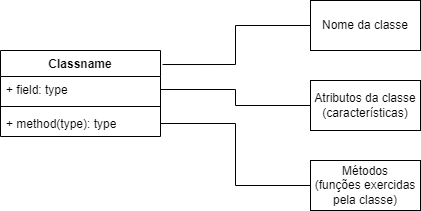
Before: Diagrama sem nome.drawio.png, a diagram exported from draw.io (Zaibam/Desenvolvimento-De-Sistemas-1). Source tidied: cells renumbered, new cells last; positions are measured from the earlier drawing's top-left corner, leaving out a move shared by most shapes.
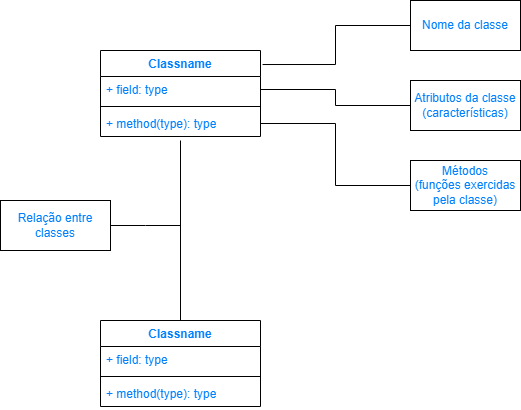
Later version of the same file.

Change to the diagram source:
```diff
@@ -2,35 +2,60 @@
   <root>
     <mxCell id="0" />
     <mxCell id="1" parent="0" />
-    <mxCell id="2" value="Classname" style="swimlane;fontStyle=1;align=center;verticalAlign=top;horizontal=1;startSize=26;whiteSpace=wrap;html=1;" parent="1" vertex="1">
+    <mxCell id="2" value="Classname" style="swimlane;fontStyle=1;align=center;verticalAlign=top;horizontal=1;startSize=26;whiteSpace=wrap;html=1;fontColor=#007FFF;" parent="1" vertex="1">
       <mxGeometry y="50" width="160" height="86" as="geometry" />
     </mxCell>
-    <mxCell id="3" value="+ field: type" style="text;strokeColor=none;fillColor=none;align=left;verticalAlign=top;spacingLeft=4;spacingRight=4;overflow=hidden;points=[[0,0.5],[1,0.5]];portConstraint=eastwest;whiteSpace=wrap;html=1;" parent="2" vertex="1">
+    <mxCell id="3" value="+ field: type" style="text;align=left;verticalAlign=top;spacingLeft=4;spacingRight=4;overflow=hidden;points=[[0,0.5],[1,0.5]];portConstraint=eastwest;whiteSpace=wrap;html=1;fontColor=#007FFF;" parent="2" vertex="1">
       <mxGeometry y="26" width="160" height="26" as="geometry" />
     </mxCell>
-    <mxCell id="4" style="line;strokeWidth=1;fillColor=none;align=left;verticalAlign=middle;spacingTop=-1;spacingLeft=3;spacingRight=3;labelPosition=right;strokeColor=inherit;" parent="2" vertex="1">
+    <mxCell id="4" style="line;strokeWidth=1;align=left;verticalAlign=middle;spacingTop=-1;spacingLeft=3;spacingRight=3;labelPosition=right;fontColor=#007FFF;" parent="2" vertex="1">
       <mxGeometry y="52" width="160" height="8" as="geometry" />
     </mxCell>
-    <mxCell id="5" value="+ method(type): type" style="text;strokeColor=none;fillColor=none;align=left;verticalAlign=top;spacingLeft=4;spacingRight=4;overflow=hidden;points=[[0,0.5],[1,0.5]];portConstraint=eastwest;whiteSpace=wrap;html=1;" parent="2" vertex="1">
+    <mxCell id="5" value="+ method(type): type" style="text;align=left;verticalAlign=top;spacingLeft=4;spacingRight=4;overflow=hidden;points=[[0,0.5],[1,0.5]];portConstraint=eastwest;whiteSpace=wrap;html=1;fontColor=#007FFF;" parent="2" vertex="1">
       <mxGeometry y="60" width="160" height="26" as="geometry" />
     </mxCell>
-    <mxCell id="6" value="Nome da classe" style="html=1;whiteSpace=wrap;" parent="1" vertex="1">
+    <mxCell id="6" value="Nome da classe" style="html=1;whiteSpace=wrap;fontColor=#007FFF;" parent="1" vertex="1">
       <mxGeometry x="310" width="110" height="50" as="geometry" />
     </mxCell>
-    <mxCell id="7" value="Atributos da classe&lt;div&gt;(características)&lt;/div&gt;" style="html=1;whiteSpace=wrap;" parent="1" vertex="1">
+    <mxCell id="7" value="Atributos da classe&lt;div&gt;(características)&lt;/div&gt;" style="html=1;whiteSpace=wrap;fontColor=#007FFF;" parent="1" vertex="1">
       <mxGeometry x="310" y="80" width="110" height="50" as="geometry" />
     </mxCell>
-    <mxCell id="8" value="Métodos&lt;br&gt;(funções exercidas pela classe)" style="html=1;whiteSpace=wrap;" parent="1" vertex="1">
+    <mxCell id="8" value="Métodos&lt;br&gt;(funções exercidas pela classe)" style="html=1;whiteSpace=wrap;fontColor=#007FFF;" parent="1" vertex="1">
       <mxGeometry x="310" y="160" width="110" height="50" as="geometry" />
     </mxCell>
-    <mxCell id="9" style="edgeStyle=orthogonalEdgeStyle;rounded=0;jettySize=auto;html=1;exitX=1;exitY=0.5;exitDx=0;exitDy=0;entryX=0;entryY=0.5;entryDx=0;entryDy=0;endArrow=none;endFill=0;" parent="1" edge="1" source="5" target="8">
+    <mxCell id="9" style="edgeStyle=orthogonalEdgeStyle;rounded=0;jettySize=auto;html=1;exitX=1;exitY=0.5;exitDx=0;exitDy=0;entryX=0;entryY=0.5;entryDx=0;entryDy=0;endArrow=none;endFill=0;fontColor=#007FFF;" parent="1" edge="1" source="5" target="8">
       <mxGeometry relative="1" as="geometry" />
     </mxCell>
-    <mxCell id="10" style="edgeStyle=orthogonalEdgeStyle;rounded=0;jettySize=auto;html=1;exitX=1;exitY=0.5;exitDx=0;exitDy=0;endArrow=none;endFill=0;" parent="1" edge="1" source="3" target="7">
+    <mxCell id="10" style="edgeStyle=orthogonalEdgeStyle;rounded=0;jettySize=auto;html=1;exitX=1;exitY=0.5;exitDx=0;exitDy=0;endArrow=none;endFill=0;fontColor=#007FFF;" parent="1" edge="1" source="3" target="7">
       <mxGeometry relative="1" as="geometry" />
     </mxCell>
-    <mxCell id="11" style="edgeStyle=orthogonalEdgeStyle;rounded=0;jettySize=auto;html=1;exitX=0;exitY=0.5;exitDx=0;exitDy=0;entryX=1.013;entryY=0.163;entryDx=0;entryDy=0;entryPerimeter=0;endArrow=none;endFill=0;" parent="1" edge="1" source="6" target="2">
+    <mxCell id="11" style="edgeStyle=orthogonalEdgeStyle;rounded=0;jettySize=auto;html=1;exitX=0;exitY=0.5;exitDx=0;exitDy=0;entryX=1.013;entryY=0.163;entryDx=0;entryDy=0;entryPerimeter=0;endArrow=none;endFill=0;fontColor=#007FFF;" parent="1" edge="1" source="6" target="2">
       <mxGeometry relative="1" as="geometry" />
     </mxCell>
+    <mxCell id="12" style="edgeStyle=orthogonalEdgeStyle;rounded=0;jettySize=auto;html=1;exitX=0.5;exitY=0;exitDx=0;exitDy=0;endArrow=none;endFill=0;fontColor=#007FFF;" parent="1" edge="1" source="13">
+      <mxGeometry relative="1" as="geometry">
+        <mxPoint x="80" y="140" as="targetPoint" />
+      </mxGeometry>
+    </mxCell>
+    <mxCell id="13" value="Classname" style="swimlane;fontStyle=1;align=center;verticalAlign=top;horizontal=1;startSize=26;whiteSpace=wrap;html=1;fontColor=#007FFF;" parent="1" vertex="1">
+      <mxGeometry y="320" width="160" height="86" as="geometry" />
+    </mxCell>
+    <mxCell id="14" value="+ field: type" style="text;align=left;verticalAlign=top;spacingLeft=4;spacingRight=4;overflow=hidden;whiteSpace=wrap;html=1;fontColor=#007FFF;" parent="13" vertex="1">
+      <mxGeometry y="26" width="160" height="26" as="geometry" />
+    </mxCell>
+    <mxCell id="15" style="line;strokeWidth=1;align=left;verticalAlign=middle;spacingTop=-1;spacingLeft=3;spacingRight=3;labelPosition=right;fontColor=#007FFF;" parent="13" vertex="1">
+      <mxGeometry y="52" width="160" height="8" as="geometry" />
+    </mxCell>
+    <mxCell id="16" value="+ method(type): type" style="text;align=left;verticalAlign=top;spacingLeft=4;spacingRight=4;overflow=hidden;whiteSpace=wrap;html=1;fontColor=#007FFF;" parent="13" vertex="1">
+      <mxGeometry y="60" width="160" height="26" as="geometry" />
+    </mxCell>
+    <mxCell id="17" style="edgeStyle=orthogonalEdgeStyle;rounded=0;jettySize=auto;html=1;exitX=1;exitY=0.5;exitDx=0;exitDy=0;endArrow=none;endFill=0;fontColor=#007FFF;" parent="1" edge="1" source="18">
+      <mxGeometry relative="1" as="geometry">
+        <mxPoint x="80" y="225" as="targetPoint" />
+      </mxGeometry>
+    </mxCell>
+    <mxCell id="18" value="Relação entre classes" style="html=1;whiteSpace=wrap;fontColor=#007FFF;" parent="1" vertex="1">
+      <mxGeometry x="-100" y="200" width="110" height="50" as="geometry" />
+    </mxCell>
   </root>
 </mxGraphModel>
```
